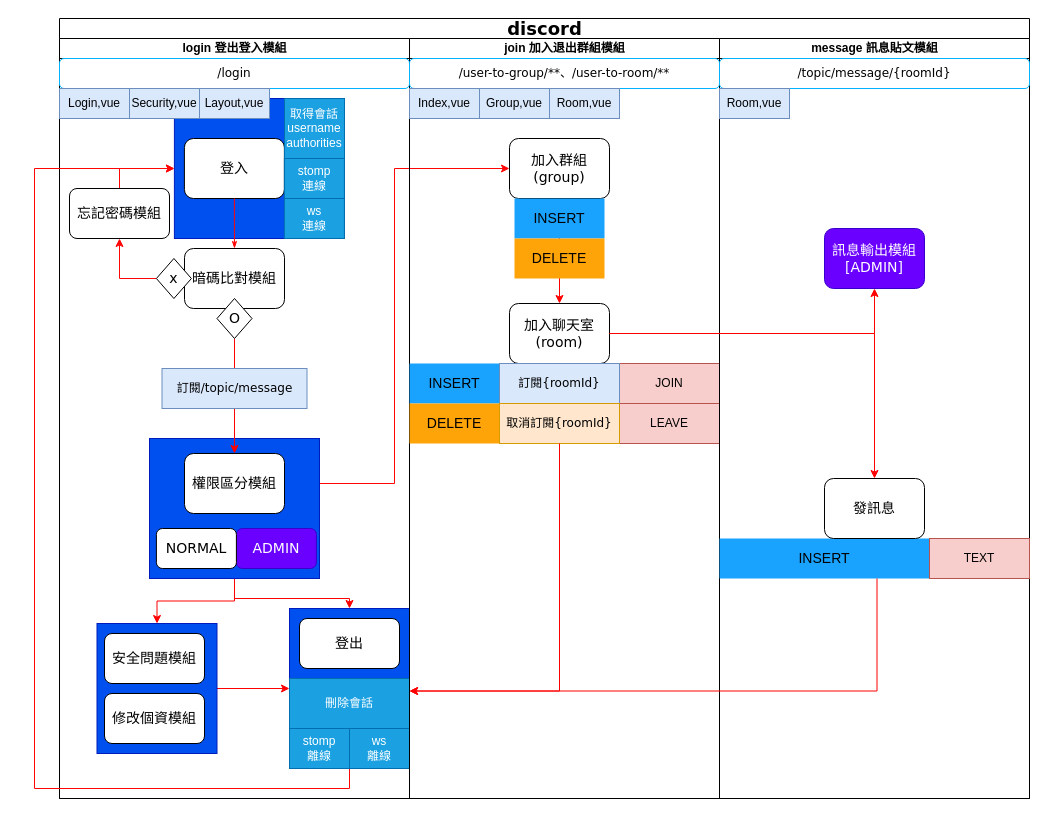
Vinskao/discord keeps this draw.io diagram as uml.drawio. Above is the earlier version. Source tidied: cells renumbered, new cells numbered last; positions are measured from the earlier drawing's top-left corner, leaving out a move shared by most shapes. Both pictures are drawn from the tidied source at 100%, with x=0, y=0 at pixel (34, 18).
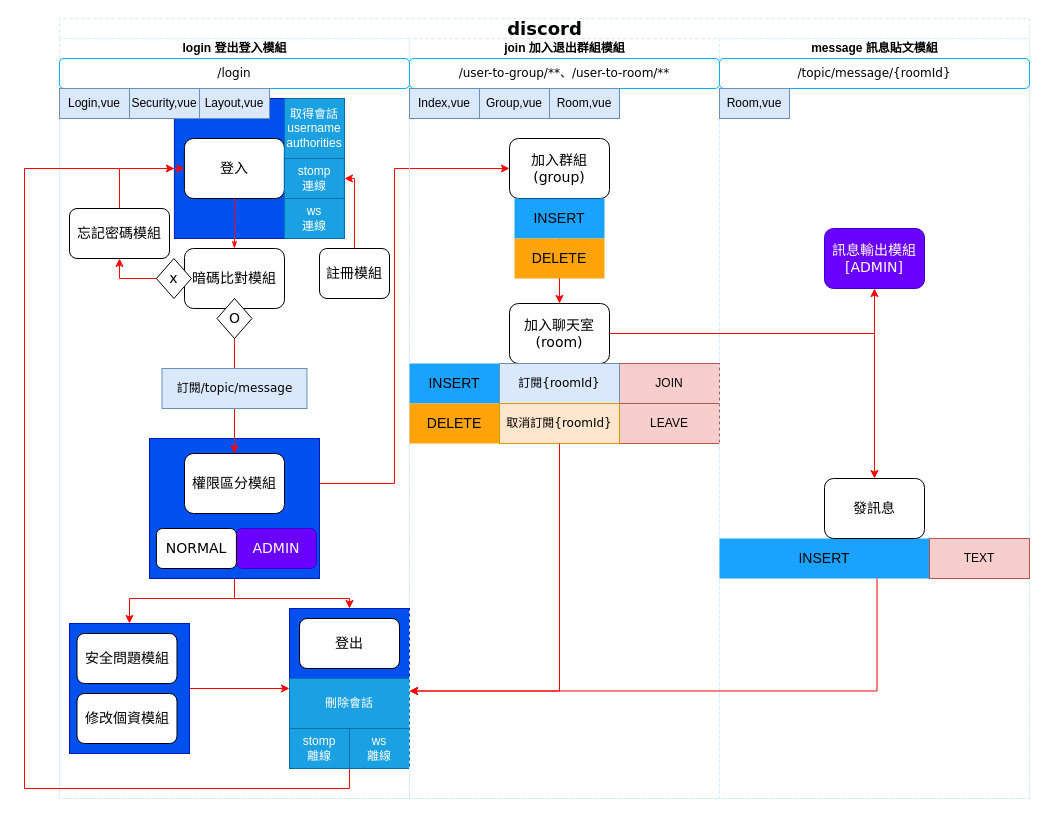
The same diagram, later.

The change refers to these unchanged cells:
```xml
<mxCell id="9" style="rounded=0;whiteSpace=wrap;html=1;fillColor=#0050ef;fontColor=#ffffff;strokeColor=#001DBC;" parent="6" vertex="1">
  <mxGeometry x="230" y="570" width="120" height="160" as="geometry" />
</mxCell>
<mxCell id="10" style="rounded=0;whiteSpace=wrap;html=1;fillColor=#0050ef;fontColor=#ffffff;strokeColor=#001DBC;" parent="6" vertex="1">
  <mxGeometry x="114.9" y="60" width="170" height="140" as="geometry" />
</mxCell>
<mxCell id="13" style="rounded=0;whiteSpace=wrap;html=1;fillColor=#0050ef;fontColor=#ffffff;strokeColor=#001DBC;" parent="6" vertex="1">
  <mxGeometry x="90" y="400" width="170" height="140" as="geometry" />
</mxCell>
<mxCell id="14" value="&lt;font style=&quot;font-size: 14px;&quot;&gt;登入&lt;/font&gt;" style="rounded=1;whiteSpace=wrap;html=1;shadow=0;labelBackgroundColor=none;strokeWidth=1;fontFamily=Verdana;fontSize=8;align=center;" parent="6" vertex="1">
  <mxGeometry x="124.9" y="100" width="100" height="60" as="geometry" />
</mxCell>
<mxCell id="35" value="stomp&lt;br&gt;連線" style="rounded=0;whiteSpace=wrap;html=1;fillColor=#1ba1e2;fontColor=#ffffff;strokeColor=#006EAF;" parent="6" vertex="1">
  <mxGeometry x="224.9" y="120" width="60" height="40" as="geometry" />
</mxCell>
<mxCell id="39" value="stomp&lt;br&gt;離線" style="rounded=0;whiteSpace=wrap;html=1;fillColor=#1ba1e2;fontColor=#ffffff;strokeColor=#006EAF;" parent="6" vertex="1">
  <mxGeometry x="230" y="690" width="60" height="40" as="geometry" />
</mxCell>
<mxCell id="40" value="ws&lt;br&gt;離線" style="rounded=0;whiteSpace=wrap;html=1;fillColor=#1ba1e2;fontColor=#ffffff;strokeColor=#006EAF;" parent="6" vertex="1">
  <mxGeometry x="290" y="690" width="60" height="40" as="geometry" />
</mxCell>
```

Diff of the diagram source:
```diff
@@
-    <mxCell id="2" value="&lt;font style=&quot;font-size: 18px;&quot;&gt;discord&lt;/font&gt;" style="swimlane;html=1;startSize=20;rounded=0;shadow=0;labelBackgroundColor=none;strokeWidth=1;fontFamily=Verdana;fontSize=8;align=center;" parent="1" vertex="1">
+    <mxCell id="2" value="&lt;font style=&quot;font-size: 18px;&quot;&gt;discord&lt;/font&gt;" style="swimlane;html=1;startSize=20;rounded=0;shadow=0;labelBackgroundColor=none;strokeWidth=1;fontFamily=Verdana;fontSize=8;align=center;strokeColor=#D1EBFF;dashed=1;" parent="1" vertex="1">
       <mxGeometry x="25" width="970" height="780" as="geometry" />
     </mxCell>
@@
-    <mxCell id="6" value="login 登出登入模組" style="swimlane;html=1;startSize=20;" parent="2" vertex="1">
+    <mxCell id="6" value="login 登出登入模組" style="swimlane;html=1;startSize=20;strokeColor=#D1EBFF;dashed=1;" parent="2" vertex="1">
       <mxGeometry y="20" width="350" height="760" as="geometry" />
     </mxCell>
@@
     <mxCell id="8" style="rounded=0;whiteSpace=wrap;html=1;fillColor=#0050ef;fontColor=#ffffff;strokeColor=#001DBC;" parent="6" vertex="1">
-      <mxGeometry x="37.5" y="585" width="120" height="130" as="geometry" />
+      <mxGeometry x="10" y="585" width="120" height="130" as="geometry" />
     </mxCell>
@@
+    <mxCell id="12" style="edgeStyle=orthogonalEdgeStyle;rounded=0;jettySize=auto;html=1;exitX=0.5;exitY=1;exitDx=0;exitDy=0;entryX=0.5;entryY=0;entryDx=0;entryDy=0;strokeColor=#FF0000;" parent="6" edge="1" source="13" target="9">
+      <mxGeometry relative="1" as="geometry">
+        <Array as="points">
+          <mxPoint x="175" y="560" />
+          <mxPoint x="290" y="560" />
+        </Array>
+      </mxGeometry>
+    </mxCell>
     <mxCell id="11" style="edgeStyle=orthogonalEdgeStyle;rounded=0;jettySize=auto;html=1;exitX=0.5;exitY=1;exitDx=0;exitDy=0;entryX=0.5;entryY=0;entryDx=0;entryDy=0;strokeColor=#FF0000;" parent="6" edge="1" source="13" target="8">
-      <mxGeometry relative="1" as="geometry" />
+      <mxGeometry relative="1" as="geometry">
+        <Array as="points">
+          <mxPoint x="175" y="560" />
+          <mxPoint x="70" y="560" />
+        </Array>
+      </mxGeometry>
     </mxCell>
-    <mxCell id="12" style="edgeStyle=orthogonalEdgeStyle;rounded=0;jettySize=auto;html=1;exitX=0.5;exitY=1;exitDx=0;exitDy=0;entryX=0.5;entryY=0;entryDx=0;entryDy=0;strokeColor=#FF0000;" parent="6" edge="1" source="13" target="9">
-      <mxGeometry relative="1" as="geometry">
-        <Array as="points">
-          <mxPoint x="175" y="560" />
-          <mxPoint x="290" y="560" />
-        </Array>
-      </mxGeometry>
-    </mxCell>
@@
-    <mxCell id="28" style="edgeStyle=orthogonalEdgeStyle;rounded=0;jettySize=auto;html=1;exitX=0.5;exitY=0;exitDx=0;exitDy=0;entryX=0;entryY=0.5;entryDx=0;entryDy=0;strokeColor=#FF0505;" parent="6" edge="1" source="29" target="10">
-      <mxGeometry relative="1" as="geometry" />
-    </mxCell>
+    <mxCell id="70" style="edgeStyle=orthogonalEdgeStyle;rounded=0;jettySize=auto;html=1;exitX=0.5;exitY=0;exitDx=0;exitDy=0;entryX=0;entryY=0.5;entryDx=0;entryDy=0;strokeColor=#FF0303;" parent="6" edge="1" source="29" target="14">
+      <mxGeometry relative="1" as="geometry" />
+    </mxCell>
     <mxCell id="29" value="&lt;font style=&quot;font-size: 14px;&quot;&gt;忘記密碼模組&lt;/font&gt;" style="rounded=1;whiteSpace=wrap;html=1;shadow=0;labelBackgroundColor=none;strokeWidth=1;fontFamily=Verdana;fontSize=8;align=center;" parent="6" vertex="1">
-      <mxGeometry x="10" y="150" width="100" height="50" as="geometry" />
+      <mxGeometry x="10" y="170" width="100" height="50" as="geometry" />
     </mxCell>
     <mxCell id="30" value="&lt;font style=&quot;font-size: 14px;&quot;&gt;安全問題模組&lt;/font&gt;" style="rounded=1;whiteSpace=wrap;html=1;shadow=0;labelBackgroundColor=none;strokeWidth=1;fontFamily=Verdana;fontSize=8;align=center;" parent="6" vertex="1">
-      <mxGeometry x="45" y="595" width="100" height="50" as="geometry" />
+      <mxGeometry x="17.5" y="595" width="100" height="50" as="geometry" />
     </mxCell>
     <mxCell id="31" value="&lt;font style=&quot;font-size: 14px;&quot;&gt;修改個資模組&lt;/font&gt;" style="rounded=1;whiteSpace=wrap;html=1;shadow=0;labelBackgroundColor=none;strokeWidth=1;fontFamily=Verdana;fontSize=8;align=center;" parent="6" vertex="1">
-      <mxGeometry x="45" y="655" width="100" height="50" as="geometry" />
+      <mxGeometry x="17.5" y="655" width="100" height="50" as="geometry" />
     </mxCell>
@@
-    <mxCell id="38" style="edgeStyle=orthogonalEdgeStyle;rounded=0;jettySize=auto;html=1;exitX=1;exitY=1;exitDx=0;exitDy=0;entryX=0;entryY=0.5;entryDx=0;entryDy=0;strokeColor=#FF0505;" parent="6" edge="1" source="39" target="10">
-      <mxGeometry relative="1" as="geometry">
-        <Array as="points">
-          <mxPoint x="290" y="750" />
-          <mxPoint x="-25" y="750" />
-          <mxPoint x="-25" y="130" />
-        </Array>
-      </mxGeometry>
-    </mxCell>
@@
+    <mxCell id="71" style="edgeStyle=orthogonalEdgeStyle;rounded=0;jettySize=auto;html=1;exitX=0;exitY=1;exitDx=0;exitDy=0;entryX=0;entryY=0.5;entryDx=0;entryDy=0;strokeColor=#FF0303;" parent="6" edge="1" source="40" target="10">
+      <mxGeometry relative="1" as="geometry">
+        <Array as="points">
+          <mxPoint x="290" y="750" />
+          <mxPoint x="-35" y="750" />
+          <mxPoint x="-35" y="130" />
+        </Array>
+      </mxGeometry>
+    </mxCell>
@@
+    <mxCell id="72" style="edgeStyle=orthogonalEdgeStyle;rounded=0;jettySize=auto;html=1;exitX=0.5;exitY=0;exitDx=0;exitDy=0;entryX=1;entryY=0.5;entryDx=0;entryDy=0;strokeColor=#FF0800;" parent="6" edge="1" source="73" target="35">
+      <mxGeometry relative="1" as="geometry">
+        <Array as="points">
+          <mxPoint x="295" y="140" />
+        </Array>
+      </mxGeometry>
+    </mxCell>
+    <mxCell id="73" value="&lt;font style=&quot;font-size: 14px;&quot;&gt;註冊模組&lt;/font&gt;" style="rounded=1;whiteSpace=wrap;html=1;shadow=0;labelBackgroundColor=none;strokeWidth=1;fontFamily=Verdana;fontSize=8;align=center;" parent="6" vertex="1">
+      <mxGeometry x="260" y="210" width="70" height="50" as="geometry" />
+    </mxCell>
-    <mxCell id="41" value="join 加入退出群組模組" style="swimlane;html=1;startSize=20;" parent="2" vertex="1">
+    <mxCell id="41" value="join 加入退出群組模組" style="swimlane;html=1;startSize=20;strokeColor=#D1EBFF;dashed=1;" parent="2" vertex="1">
       <mxGeometry x="350" y="20" width="310" height="760" as="geometry" />
     </mxCell>
@@
-    <mxCell id="59" value="message 訊息貼文模組" style="swimlane;html=1;startSize=20;" parent="2" vertex="1">
+    <mxCell id="59" value="message 訊息貼文模組" style="swimlane;html=1;startSize=20;strokeColor=#D1EBFF;dashed=1;" parent="2" vertex="1">
       <mxGeometry x="660" y="20" width="310" height="760" as="geometry" />
     </mxCell>
```
